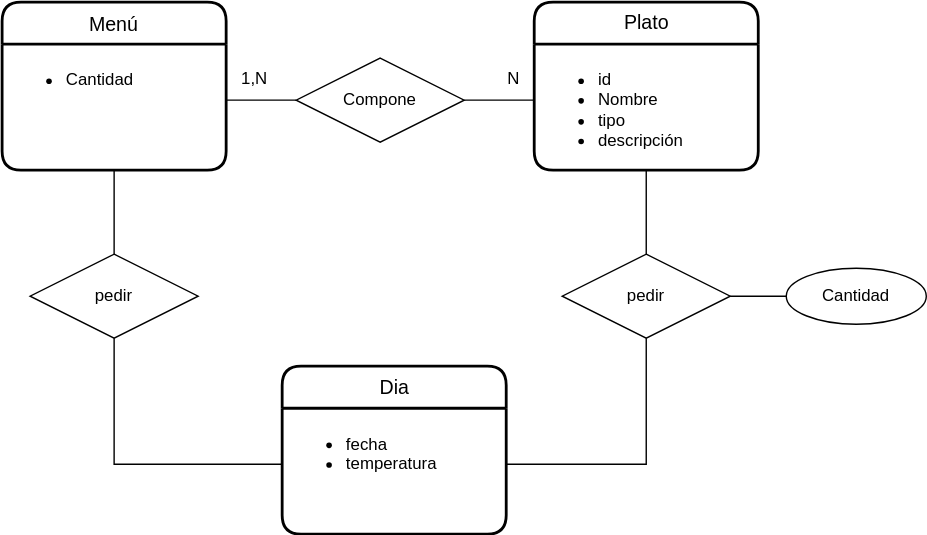
Before: UD12-15.svg, a diagram exported from draw.io (Jimxx22/C3-UD11-UML). Source tidied: cells renumbered, new cells last; positions are measured from the earlier drawing's top-left corner, leaving out a move shared by most shapes.
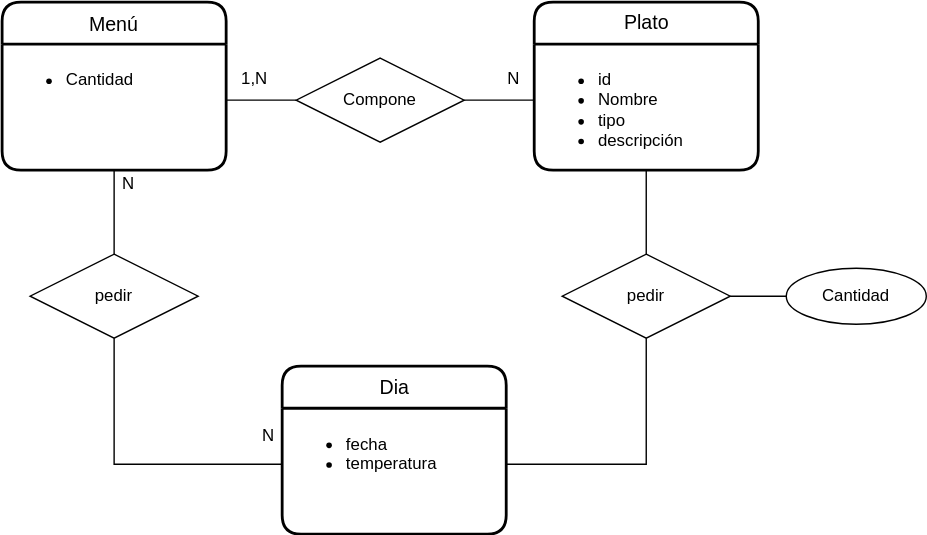
After the change.

Diff of the diagram source:
```diff
@@ -73,5 +73,11 @@
         <mxPoint x="380" y="70" as="targetPoint" />
       </mxGeometry>
     </mxCell>
+    <mxCell id="21" value="N" style="text;html=1;align=center;verticalAlign=middle;strokeColor=none;fillColor=none;" parent="1" vertex="1">
+      <mxGeometry x="75" y="115" width="30" height="30" as="geometry" />
+    </mxCell>
+    <mxCell id="22" value="N" style="text;html=1;align=center;verticalAlign=middle;strokeColor=none;fillColor=none;" parent="1" vertex="1">
+      <mxGeometry x="175" y="295" width="30" height="30" as="geometry" />
+    </mxCell>
   </root>
 </mxGraphModel>
```
